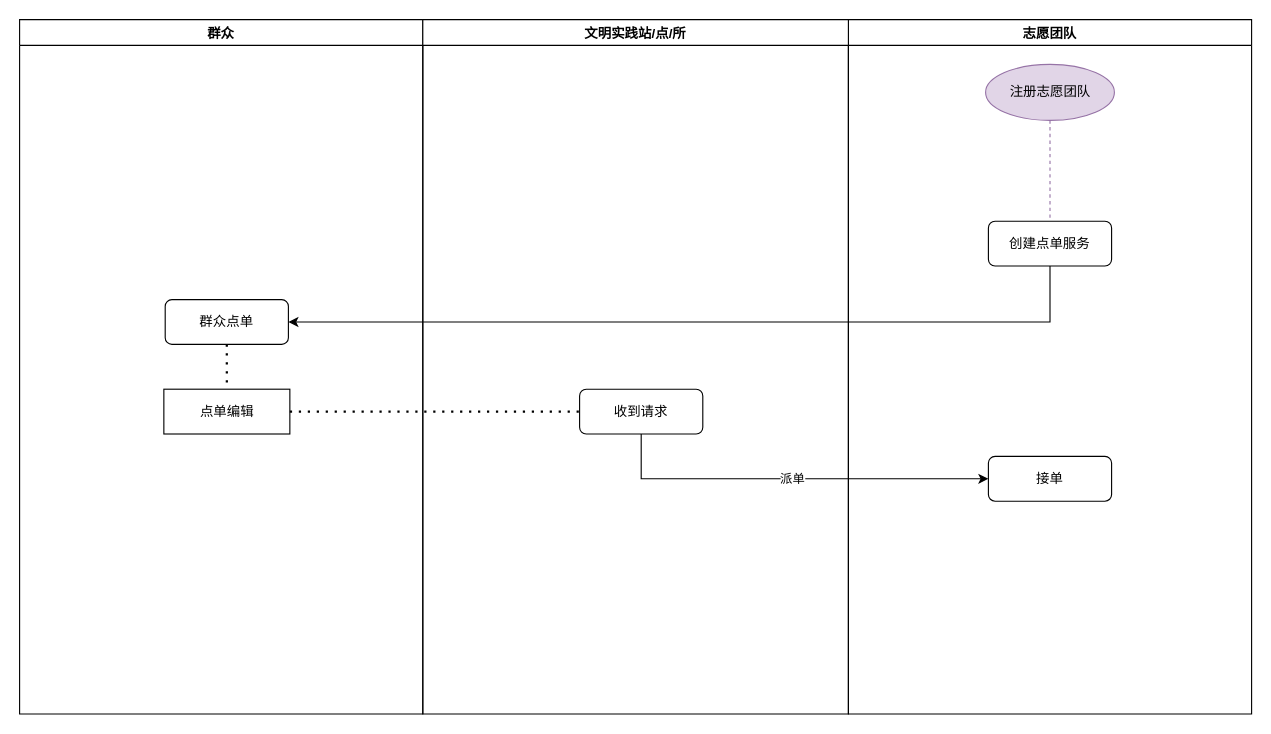
The draw.io diagram 文明实践-群众点单.drawio in KZ137onethe/hello-world, before the edit. Source tidied: cells renumbered, new cells numbered last; positions are measured from the earlier drawing's top-left corner, leaving out a move shared by most shapes. Both pictures are drawn from the tidied source at 112%, with x=0, y=0 at pixel (19, 19).
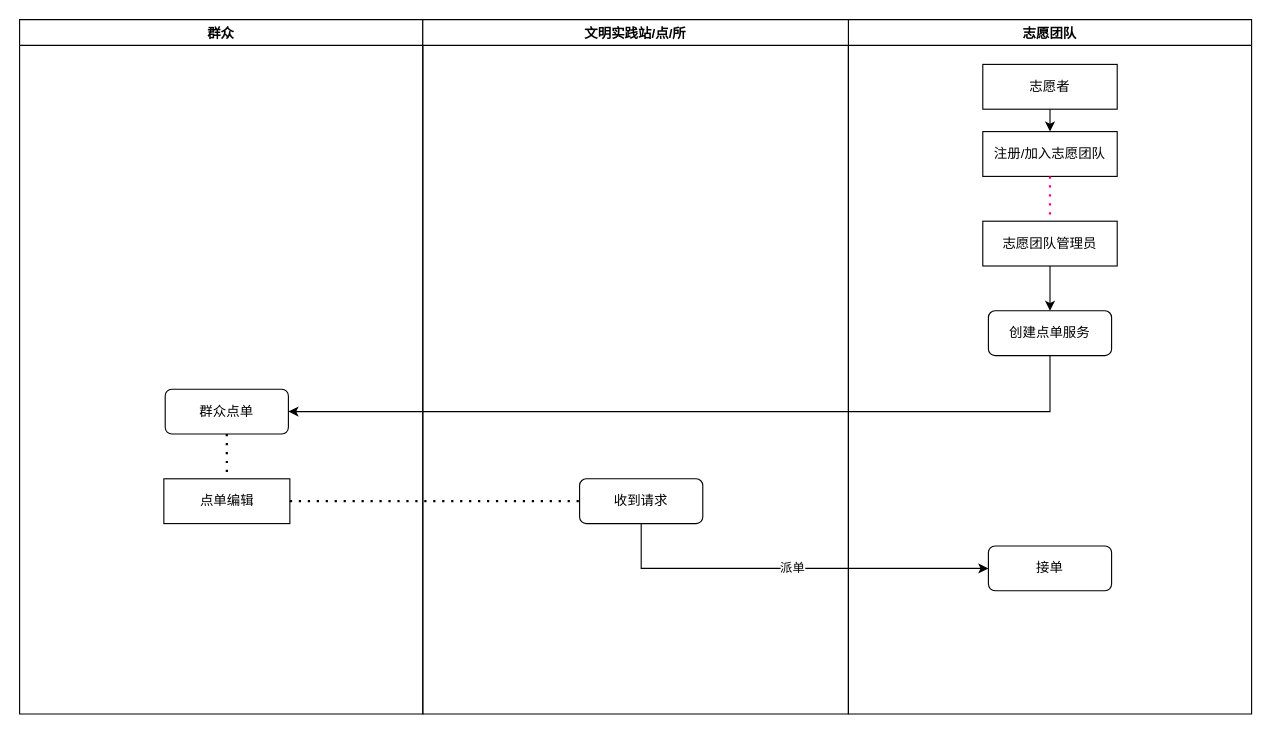
The same page after the edit.

Commit message (it also covers changes not shown here):
文明实践-群众点单.drawio

Unchanged cells that the change refers to:
```xml
<mxCell id="2" value="群众" style="swimlane;fillColor=default;strokeColor=default;fontColor=default;" parent="1" vertex="1">
  <mxGeometry width="360" height="620" as="geometry" />
</mxCell>
<mxCell id="11" value="文明实践站/点/所" style="swimlane;fillColor=default;strokeColor=default;fontColor=default;" parent="1" vertex="1">
  <mxGeometry x="360" width="380" height="620" as="geometry" />
</mxCell>
```

Change to the diagram source:
```diff
@@
     <mxCell id="3" value="群众点单" style="rounded=1;whiteSpace=wrap;html=1;fillColor=default;strokeColor=default;fontColor=default;" parent="2" vertex="1">
-      <mxGeometry x="130" y="250" width="110" height="40" as="geometry" />
+      <mxGeometry x="130" y="330" width="110" height="40" as="geometry" />
     </mxCell>
     <mxCell id="4" value="点单编辑" style="rounded=0;whiteSpace=wrap;html=1;fontColor=default;strokeColor=default;fillColor=default;" parent="2" vertex="1">
-      <mxGeometry x="128.8" y="330" width="112.5" height="40" as="geometry" />
+      <mxGeometry x="128.8" y="410" width="112.5" height="40" as="geometry" />
     </mxCell>
@@
-    <mxCell id="6" value="志愿团队" style="swimlane;" parent="1" vertex="1">
+    <mxCell id="6" value="志愿团队" style="swimlane;fillColor=default;strokeColor=default;fontColor=default;" parent="1" vertex="1">
       <mxGeometry x="740" width="360" height="620" as="geometry" />
     </mxCell>
     <mxCell id="7" value="创建点单服务" style="rounded=1;whiteSpace=wrap;html=1;fillColor=default;strokeColor=default;fontColor=default;" parent="6" vertex="1">
-      <mxGeometry x="125" y="180" width="110" height="40" as="geometry" />
+      <mxGeometry x="125" y="260" width="110" height="40" as="geometry" />
     </mxCell>
     <mxCell id="8" value="接单" style="rounded=1;whiteSpace=wrap;html=1;fillColor=default;strokeColor=default;fontColor=default;" parent="6" vertex="1">
-      <mxGeometry x="125" y="390" width="110" height="40" as="geometry" />
+      <mxGeometry x="125" y="470" width="110" height="40" as="geometry" />
     </mxCell>
-    <mxCell id="9" value="注册志愿团队" style="ellipse;whiteSpace=wrap;html=1;strokeColor=#9673a6;fillColor=#e1d5e7;fontColor=default;" parent="6" vertex="1">
-      <mxGeometry x="122.5" y="40" width="115" height="50" as="geometry" />
-    </mxCell>
-    <mxCell id="10" style="endArrow=none;dashed=1;html=1;rounded=0;labelBackgroundColor=default;fontColor=default;strokeColor=#9673a6;fillColor=#e1d5e7;exitX=0.5;exitY=1;exitDx=0;exitDy=0;entryX=0.5;entryY=0;entryDx=0;entryDy=0;" parent="6" edge="1" source="9" target="7">
-      <mxGeometry relative="1" as="geometry" />
-    </mxCell>
+    <mxCell id="16" value="&lt;span&gt;注册/加入志愿团队&lt;/span&gt;" style="rounded=0;whiteSpace=wrap;html=1;fontColor=default;strokeColor=default;fillColor=default;" parent="6" vertex="1">
+      <mxGeometry x="120" y="100" width="120" height="40" as="geometry" />
+    </mxCell>
+    <mxCell id="17" value="&lt;span&gt;志愿者&lt;/span&gt;" style="rounded=0;whiteSpace=wrap;html=1;fontColor=default;strokeColor=default;fillColor=default;" parent="6" vertex="1">
+      <mxGeometry x="120" y="40" width="120" height="40" as="geometry" />
+    </mxCell>
+    <mxCell id="18" value="&lt;span&gt;志愿团队管理员&lt;/span&gt;" style="rounded=0;whiteSpace=wrap;html=1;fontColor=default;strokeColor=default;fillColor=default;" parent="6" vertex="1">
+      <mxGeometry x="120" y="180" width="120" height="40" as="geometry" />
+    </mxCell>
+    <mxCell id="19" style="endArrow=classic;html=1;rounded=0;labelBackgroundColor=default;fontColor=default;strokeColor=default;fillColor=default;exitX=0.5;exitY=1;exitDx=0;exitDy=0;" parent="6" edge="1" source="17" target="16">
+      <mxGeometry relative="1" as="geometry" />
+    </mxCell>
+    <mxCell id="20" style="endArrow=none;dashed=1;html=1;dashPattern=1 3;strokeWidth=2;rounded=0;labelBackgroundColor=default;fontColor=default;fillColor=#e1d5e7;exitX=0.5;exitY=1;exitDx=0;exitDy=0;strokeColor=#FF0080;entryX=0.5;entryY=0;entryDx=0;entryDy=0;" parent="6" edge="1" source="16" target="18">
+      <mxGeometry relative="1" as="geometry" />
+    </mxCell>
+    <mxCell id="21" style="endArrow=classic;html=1;rounded=0;labelBackgroundColor=default;fontColor=default;strokeColor=#000000;fillColor=default;exitX=0.5;exitY=1;exitDx=0;exitDy=0;entryX=0.5;entryY=0;entryDx=0;entryDy=0;" parent="6" edge="1" source="18" target="7">
+      <mxGeometry relative="1" as="geometry" />
+    </mxCell>
@@
     <mxCell id="12" value="收到请求" style="rounded=1;whiteSpace=wrap;html=1;fillColor=default;strokeColor=default;fontColor=default;" parent="11" vertex="1">
-      <mxGeometry x="140" y="330" width="110" height="40" as="geometry" />
+      <mxGeometry x="140" y="410" width="110" height="40" as="geometry" />
     </mxCell>
     <mxCell id="13" style="endArrow=classic;html=1;rounded=0;fontColor=default;exitX=0.5;exitY=1;exitDx=0;exitDy=0;strokeColor=default;labelBackgroundColor=default;entryX=1;entryY=0.5;entryDx=0;entryDy=0;fillColor=default;" parent="1" edge="1" source="7" target="3">
       <mxGeometry relative="1" as="geometry">
         <Array as="points">
-          <mxPoint x="920" y="270" />
-          <mxPoint x="655" y="270" />
+          <mxPoint x="920" y="350" />
+          <mxPoint x="655" y="350" />
         </Array>
       </mxGeometry>
     </mxCell>
     <mxCell id="14" value="派单" style="endArrow=classic;html=1;rounded=0;labelBackgroundColor=default;fontColor=default;strokeColor=default;exitX=0.5;exitY=1;exitDx=0;exitDy=0;entryX=0;entryY=0.5;entryDx=0;entryDy=0;fillColor=default;" parent="1" edge="1" source="12" target="8">
       <mxGeometry relative="1" as="geometry">
         <Array as="points">
-          <mxPoint x="555" y="410" />
+          <mxPoint x="555" y="490" />
         </Array>
       </mxGeometry>
     </mxCell>
```
